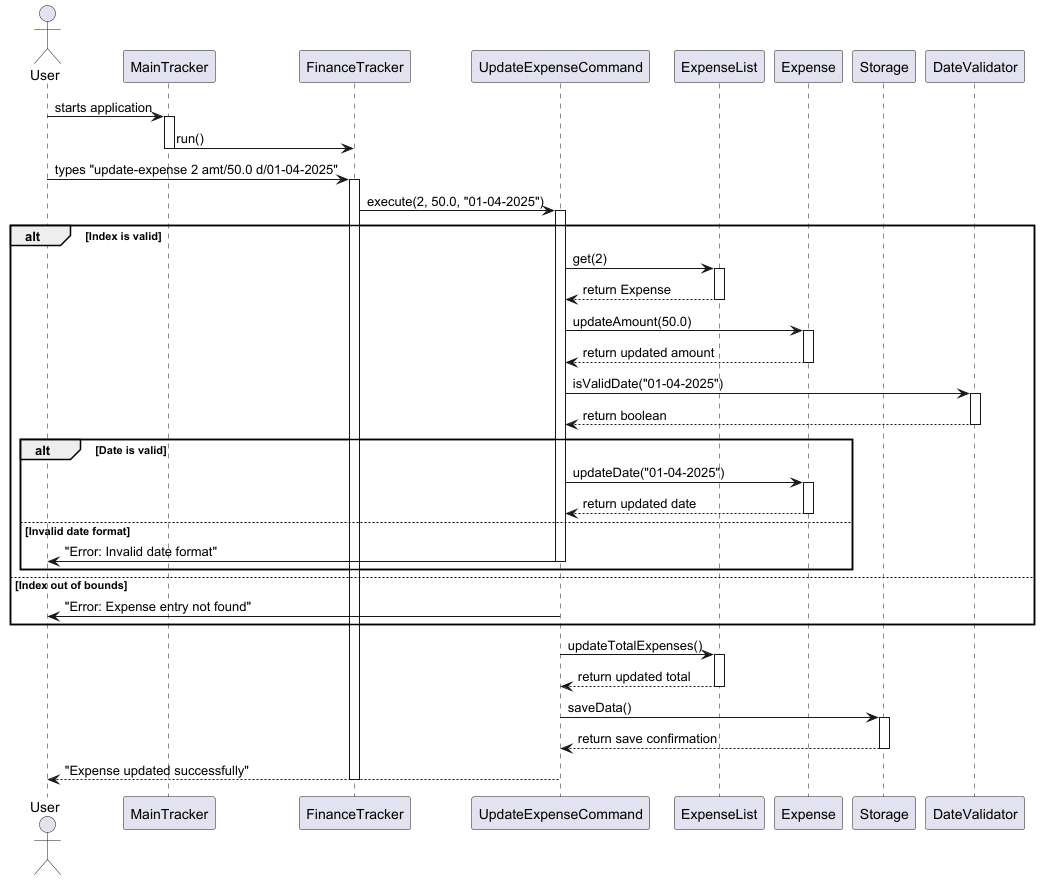
Above: docs/diagrams/update_expense_sequence_diagram.png in thienkimtranhoang/tp (PlantUML), before the change.
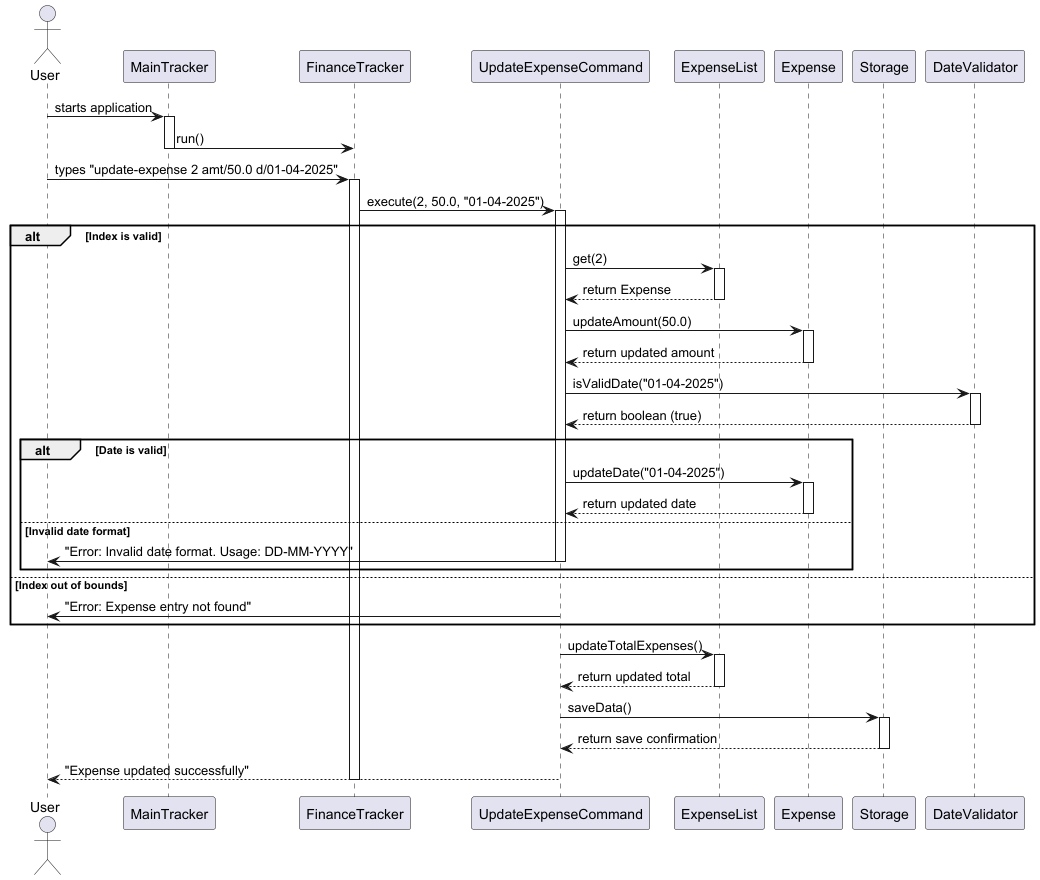
The same diagram one commit later.

Change to the diagram source:
```diff
@@ -31,7 +31,7 @@
 
     UpdateCmd -> DateValidator: isValidDate("01-04-2025")
     activate DateValidator
-    DateValidator --> UpdateCmd: return boolean
+    DateValidator --> UpdateCmd: return boolean (true)
     deactivate DateValidator
 
     alt Date is valid
@@ -40,7 +40,7 @@
         Expense --> UpdateCmd: return updated date
         deactivate Expense
     else Invalid date format
-        UpdateCmd -> User: "Error: Invalid date format"
+        UpdateCmd -> User: "Error: Invalid date format. Usage: DD-MM-YYYY"
         deactivate UpdateCmd
     end
 else Index out of bounds
```
